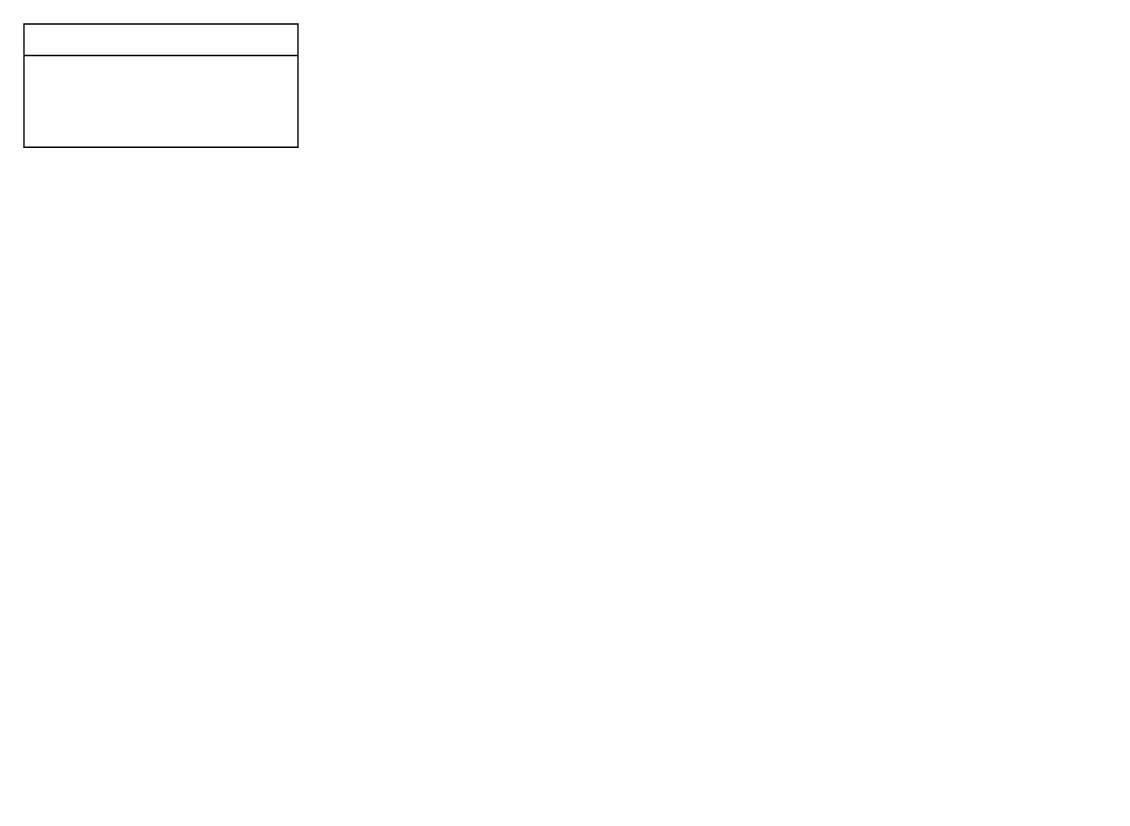
This is ATV3.drawio from brenaferreira/bancoda, a draw.io file, before an edit. Source tidied: cells renumbered, new cells numbered last; positions are measured from the earlier drawing's top-left corner, leaving out a move shared by most shapes. Both pictures are drawn from the tidied source at 137%, with x=0, y=0 at pixel (23, 23).
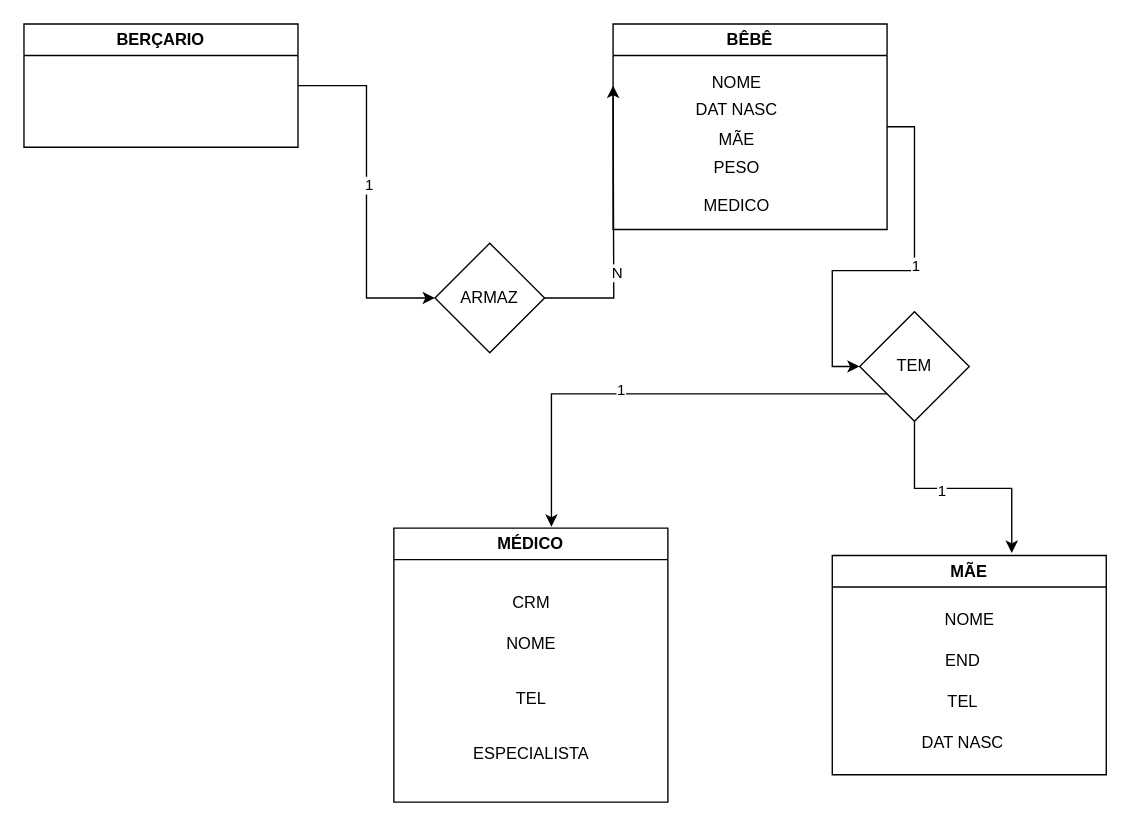
The same page after the edit.

What changed in the source:
```diff
@@
+    <mxCell id="3" style="edgeStyle=orthogonalEdgeStyle;rounded=0;jettySize=auto;html=1;exitX=1;exitY=0.5;exitDx=0;exitDy=0;entryX=0;entryY=0.5;entryDx=0;entryDy=0;" parent="1" edge="1" source="2" target="7">
+      <mxGeometry relative="1" as="geometry" />
+    </mxCell>
+    <mxCell id="4" value="1" style="edgeLabel;html=1;align=center;verticalAlign=middle;" parent="3" vertex="1">
+      <mxGeometry x="-0.04" y="1" relative="1" as="geometry" />
+    </mxCell>
-    <mxCell id="2" style="swimlane;whiteSpace=wrap;html=1;" parent="1" vertex="1">
+    <mxCell id="2" value="BERÇARIO" style="swimlane;whiteSpace=wrap;html=1;startSize=23;" parent="1" vertex="1">
       <mxGeometry width="200" height="90" as="geometry" />
     </mxCell>
+    <mxCell id="5" style="edgeStyle=orthogonalEdgeStyle;rounded=0;jettySize=auto;html=1;exitX=1;exitY=0.5;exitDx=0;exitDy=0;" parent="1" edge="1" source="7">
+      <mxGeometry relative="1" as="geometry">
+        <mxPoint x="430" y="45" as="targetPoint" />
+      </mxGeometry>
+    </mxCell>
+    <mxCell id="6" value="N" style="edgeLabel;html=1;align=center;verticalAlign=middle;" parent="5" vertex="1">
+      <mxGeometry x="-0.33" y="-2" relative="1" as="geometry" />
+    </mxCell>
+    <mxCell id="7" value="ARMAZ" style="rhombus;whiteSpace=wrap;html=1;" parent="1" vertex="1">
+      <mxGeometry x="300" y="160" width="80" height="80" as="geometry" />
+    </mxCell>
+    <mxCell id="8" style="edgeStyle=orthogonalEdgeStyle;rounded=0;jettySize=auto;html=1;exitX=1;exitY=0.5;exitDx=0;exitDy=0;entryX=0;entryY=0.5;entryDx=0;entryDy=0;" parent="1" edge="1" source="10" target="20">
+      <mxGeometry relative="1" as="geometry" />
+    </mxCell>
+    <mxCell id="9" value="1" style="edgeLabel;html=1;align=center;verticalAlign=middle;" parent="8" vertex="1">
+      <mxGeometry x="-0.09" y="-4" relative="1" as="geometry" />
+    </mxCell>
+    <mxCell id="10" value="BÊBÊ" style="swimlane;whiteSpace=wrap;html=1;" parent="1" vertex="1">
+      <mxGeometry x="430" width="200" height="150" as="geometry" />
+    </mxCell>
+    <mxCell id="11" value="MÃE" style="text;html=1;align=center;verticalAlign=middle;strokeColor=none;fillColor=none;" parent="10" vertex="1">
+      <mxGeometry x="65" y="70" width="50" height="30" as="geometry" />
+    </mxCell>
+    <mxCell id="12" value="PESO" style="text;html=1;align=center;verticalAlign=middle;strokeColor=none;fillColor=none;" parent="10" vertex="1">
+      <mxGeometry x="60" y="90" width="60" height="30" as="geometry" />
+    </mxCell>
+    <mxCell id="13" value="MEDICO" style="text;html=1;align=center;verticalAlign=middle;strokeColor=none;fillColor=none;" parent="10" vertex="1">
+      <mxGeometry x="55" y="118" width="70" height="30" as="geometry" />
+    </mxCell>
+    <mxCell id="14" value="NOME" style="text;html=1;align=center;verticalAlign=middle;strokeColor=none;fillColor=none;" parent="1" vertex="1">
+      <mxGeometry x="490" y="28" width="60" height="30" as="geometry" />
+    </mxCell>
+    <mxCell id="15" value="DAT NASC" style="text;html=1;align=center;verticalAlign=middle;strokeColor=none;fillColor=none;" parent="1" vertex="1">
+      <mxGeometry x="480" y="48" width="80" height="30" as="geometry" />
+    </mxCell>
+    <mxCell id="16" style="edgeStyle=orthogonalEdgeStyle;rounded=0;jettySize=auto;html=1;exitX=0.5;exitY=1;exitDx=0;exitDy=0;entryX=0.655;entryY=-0.012;entryDx=0;entryDy=0;entryPerimeter=0;" parent="1" edge="1" source="20" target="21">
+      <mxGeometry relative="1" as="geometry" />
+    </mxCell>
+    <mxCell id="17" value="1" style="edgeLabel;html=1;align=center;verticalAlign=middle;" parent="16" vertex="1">
+      <mxGeometry x="-0.19" y="-1" relative="1" as="geometry" />
+    </mxCell>
+    <mxCell id="18" style="edgeStyle=orthogonalEdgeStyle;rounded=0;jettySize=auto;html=1;exitX=0;exitY=1;exitDx=0;exitDy=0;entryX=0.575;entryY=-0.005;entryDx=0;entryDy=0;entryPerimeter=0;" parent="1" edge="1" source="20" target="26">
+      <mxGeometry relative="1" as="geometry" />
+    </mxCell>
+    <mxCell id="19" value="1" style="edgeLabel;html=1;align=center;verticalAlign=middle;" parent="18" vertex="1">
+      <mxGeometry x="0.14" y="-4" relative="1" as="geometry" />
+    </mxCell>
+    <mxCell id="20" value="TEM" style="rhombus;whiteSpace=wrap;html=1;" parent="1" vertex="1">
+      <mxGeometry x="610" y="210" width="80" height="80" as="geometry" />
+    </mxCell>
+    <mxCell id="21" value="MÃE" style="swimlane;whiteSpace=wrap;html=1;" parent="1" vertex="1">
+      <mxGeometry x="590" y="388" width="200" height="160" as="geometry" />
+    </mxCell>
+    <mxCell id="22" value="NOME" style="text;html=1;align=center;verticalAlign=middle;strokeColor=none;fillColor=none;" parent="21" vertex="1">
+      <mxGeometry x="70" y="32" width="60" height="30" as="geometry" />
+    </mxCell>
+    <mxCell id="23" value="END" style="text;html=1;align=center;verticalAlign=middle;strokeColor=none;fillColor=none;" parent="21" vertex="1">
+      <mxGeometry x="70" y="62" width="50" height="30" as="geometry" />
+    </mxCell>
+    <mxCell id="24" value="TEL" style="text;html=1;align=center;verticalAlign=middle;strokeColor=none;fillColor=none;" parent="21" vertex="1">
+      <mxGeometry x="70" y="92" width="50" height="30" as="geometry" />
+    </mxCell>
+    <mxCell id="25" value="DAT NASC" style="text;html=1;align=center;verticalAlign=middle;strokeColor=none;fillColor=none;" parent="21" vertex="1">
+      <mxGeometry x="55" y="122" width="80" height="30" as="geometry" />
+    </mxCell>
+    <mxCell id="26" value="MÉDICO" style="swimlane;whiteSpace=wrap;html=1;startSize=23;" parent="1" vertex="1">
+      <mxGeometry x="270" y="368" width="200" height="200" as="geometry" />
+    </mxCell>
+    <mxCell id="27" value="CRM" style="text;html=1;align=center;verticalAlign=middle;strokeColor=none;fillColor=none;" parent="1" vertex="1">
+      <mxGeometry x="345" y="408" width="50" height="30" as="geometry" />
+    </mxCell>
+    <mxCell id="28" value="NOME" style="text;html=1;align=center;verticalAlign=middle;strokeColor=none;fillColor=none;" parent="1" vertex="1">
+      <mxGeometry x="340" y="438" width="60" height="30" as="geometry" />
+    </mxCell>
+    <mxCell id="29" value="TEL" style="text;html=1;align=center;verticalAlign=middle;strokeColor=none;fillColor=none;" parent="1" vertex="1">
+      <mxGeometry x="345" y="478" width="50" height="30" as="geometry" />
+    </mxCell>
+    <mxCell id="30" value="ESPECIALISTA" style="text;html=1;align=center;verticalAlign=middle;strokeColor=none;fillColor=none;" parent="1" vertex="1">
+      <mxGeometry x="315" y="518" width="110" height="30" as="geometry" />
+    </mxCell>
```
